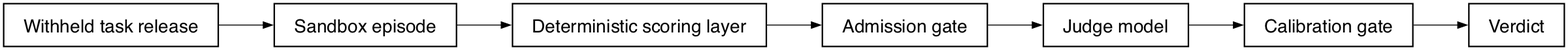
The Graphviz diagram paper/figures/rendered/fig-05.png in umyunsang/argo, before a commit. Its source is kept beside it as paper/figures/rendered/fig-05.dot. Source of this version:
```dot
digraph G {
  rankdir=LR;
  bgcolor=white;
  node [shape=box, style=solid, color=black, fontcolor=black, fontname="Helvetica", fontsize=20, penwidth=1.6, margin="0.30,0.18"];
  edge [color=black, fontcolor=black, arrowhead=normal, penwidth=1.0];
  splines=ortho;
  nodesep=0.70; ranksep=0.85;
  "Withheld task release" [label="Withheld task release"];
  "Sandbox episode" [label="Sandbox episode"];
  "Deterministic scoring layer" [label="Deterministic scoring layer"];
  "Admission gate" [label="Admission gate"];
  "Judge model" [label="Judge model"];
  "Calibration gate" [label="Calibration gate"];
  "Verdict" [label="Verdict"];
  "Withheld task release" -> "Sandbox episode";
  "Sandbox episode" -> "Deterministic scoring layer";
  "Deterministic scoring layer" -> "Admission gate";
  "Admission gate" -> "Judge model";
  "Judge model" -> "Calibration gate";
  "Calibration gate" -> "Verdict";
}
```
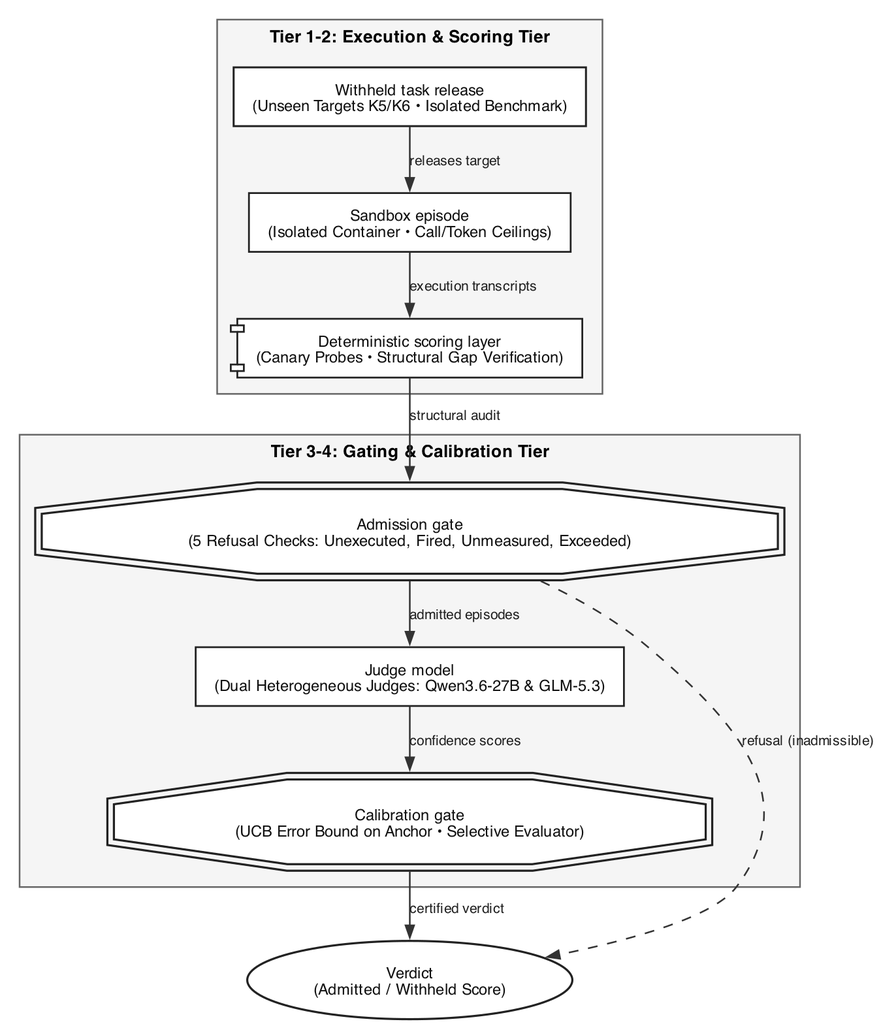
The same file after the commit.

What changed in the source:
```diff
@@ -1,21 +1,73 @@
-digraph G {
-  rankdir=LR;
+digraph EvaluationPipeline {
+  compound=true;
+  rankdir=TB;
   bgcolor=white;
-  node [shape=box, style=solid, color=black, fontcolor=black, fontname="Helvetica", fontsize=20, penwidth=1.6, margin="0.30,0.18"];
-  edge [color=black, fontcolor=black, arrowhead=normal, penwidth=1.0];
-  splines=ortho;
-  nodesep=0.70; ranksep=0.85;
-  "Withheld task release" [label="Withheld task release"];
-  "Sandbox episode" [label="Sandbox episode"];
-  "Deterministic scoring layer" [label="Deterministic scoring layer"];
-  "Admission gate" [label="Admission gate"];
-  "Judge model" [label="Judge model"];
-  "Calibration gate" [label="Calibration gate"];
-  "Verdict" [label="Verdict"];
-  "Withheld task release" -> "Sandbox episode";
-  "Sandbox episode" -> "Deterministic scoring layer";
-  "Deterministic scoring layer" -> "Admission gate";
-  "Admission gate" -> "Judge model";
-  "Judge model" -> "Calibration gate";
-  "Calibration gate" -> "Verdict";
+  nodesep=0.40;
+  ranksep=0.45;
+
+  node [
+    shape=box,
+    style="filled,solid",
+    fillcolor="#FFFFFF",
+    color="#222222",
+    fontcolor="#111111",
+    fontname="Helvetica",
+    fontsize=9.5,
+    penwidth=1.1,
+    margin="0.16,0.10"
+  ];
+
+  edge [
+    color="#333333",
+    fontcolor="#222222",
+    fontname="Helvetica",
+    fontsize=8.5,
+    arrowhead=normal,
+    arrowsize=0.75,
+    penwidth=1.0
+  ];
+
+  subgraph cluster_execution_tier {
+    label="Tier 1-2: Execution & Scoring Tier";
+    fontname="Helvetica-Bold";
+    fontsize=10.5;
+    color="#666666";
+    fillcolor="#F5F5F5";
+    style="filled,solid";
+    margin=10;
+
+    task_rel [label="Withheld task release\n(Unseen Targets K5/K6 • Isolated Benchmark)", shape=box, penwidth=1.2];
+    sand_ep [label="Sandbox episode\n(Isolated Container • Call/Token Ceilings)"];
+    score_lay [label="Deterministic scoring layer\n(Canary Probes • Structural Gap Verification)", shape=component];
+
+    task_rel -> sand_ep [label="releases target"];
+    sand_ep -> score_lay [label="execution transcripts"];
+  }
+
+  subgraph cluster_gate_tier {
+    label="Tier 3-4: Gating & Calibration Tier";
+    fontname="Helvetica-Bold";
+    fontsize=10.5;
+    color="#666666";
+    fillcolor="#F5F5F5";
+    style="filled,solid";
+    margin=10;
+
+    adm_gate [label="Admission gate\n(5 Refusal Checks: Unexecuted, Fired, Unmeasured, Exceeded)", shape=doubleoctagon, penwidth=1.3];
+    judge_mod [label="Judge model\n(Dual Heterogeneous Judges: Qwen3.6-27B & GLM-5.3)"];
+    cal_gate [label="Calibration gate\n(UCB Error Bound on Anchor • Selective Evaluator)", shape=doubleoctagon, penwidth=1.3];
+
+    adm_gate -> judge_mod [label="admitted episodes"];
+    judge_mod -> cal_gate [label="confidence scores"];
+  }
+
+  verdict_node [
+    label="Verdict\n(Admitted / Withheld Score)",
+    shape=ellipse,
+    penwidth=1.3
+  ];
+
+  score_lay -> adm_gate [label="structural audit"];
+  cal_gate -> verdict_node [label="certified verdict"];
+  adm_gate -> verdict_node [label="refusal (inadmissible)", style=dashed, constraint=false];
 }
```
